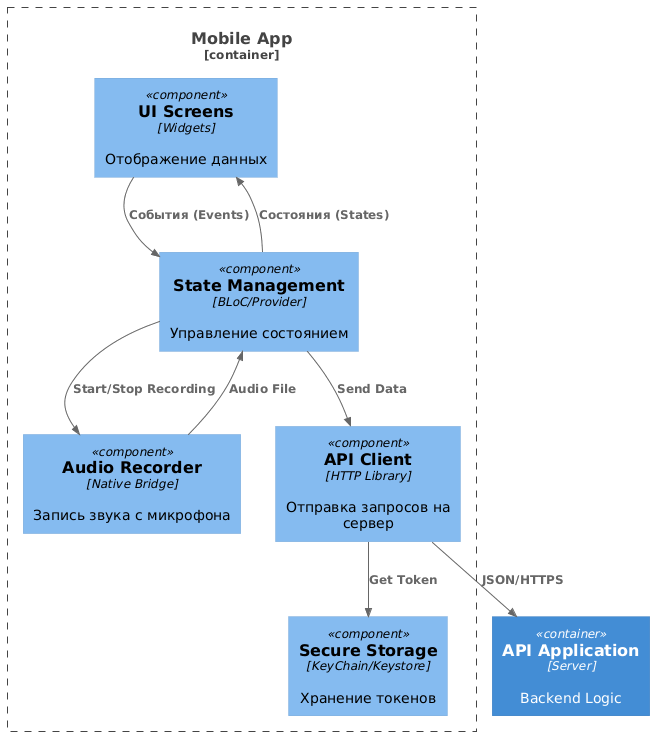
Earlier version of the PlantUML export Lab Work №2/images/diagram4.png (PoSayDone/system-design). The source it was exported from:
```plantuml
@startuml
!include https://raw.githubusercontent.com/plantuml-stdlib/C4-PlantUML/master/C4_Component.puml

Container(backend, "API Application", "Server", "Backend Logic")

Container_Boundary(mobile, "Mobile App") {
    Component(ui, "UI Screens", "Widgets", "Отображение данных")
    Component(state, "State Management", "BLoC/Provider", "Управление состоянием")
    Component(recorder, "Audio Recorder", "Native Bridge", "Запись звука с микрофона")
    Component(api_client, "API Client", "HTTP Library", "Отправка запросов на сервер")
    Component(storage, "Secure Storage", "KeyChain/Keystore", "Хранение токенов")

    Rel(ui, state, "События (Events)")
    Rel(state, ui, "Состояния (States)")

    Rel(state, recorder, "Start/Stop Recording")
    Rel(recorder, state, "Audio File")

    Rel(state, api_client, "Send Data")
    Rel(api_client, storage, "Get Token")
}

Rel(api_client, backend, "JSON/HTTPS")
@enduml
```
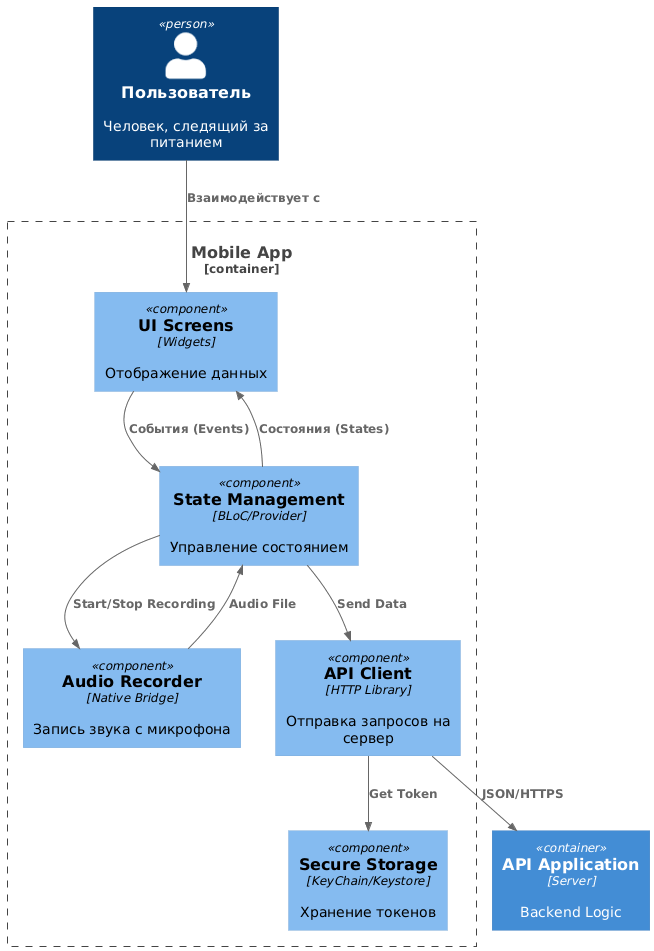
The same diagram one commit later.

Change to the diagram source:
```diff
@@ -2,13 +2,15 @@
 !include https://raw.githubusercontent.com/plantuml-stdlib/C4-PlantUML/master/C4_Component.puml
 
 Container(backend, "API Application", "Server", "Backend Logic")
-
+Person(user, "Пользователь", "Человек, следящий за питанием")
 Container_Boundary(mobile, "Mobile App") {
     Component(ui, "UI Screens", "Widgets", "Отображение данных")
     Component(state, "State Management", "BLoC/Provider", "Управление состоянием")
     Component(recorder, "Audio Recorder", "Native Bridge", "Запись звука с микрофона")
     Component(api_client, "API Client", "HTTP Library", "Отправка запросов на сервер")
     Component(storage, "Secure Storage", "KeyChain/Keystore", "Хранение токенов")
+
+    Rel(user, ui, "Взаимодействует с")
 
     Rel(ui, state, "События (Events)")
     Rel(state, ui, "Состояния (States)")
```
